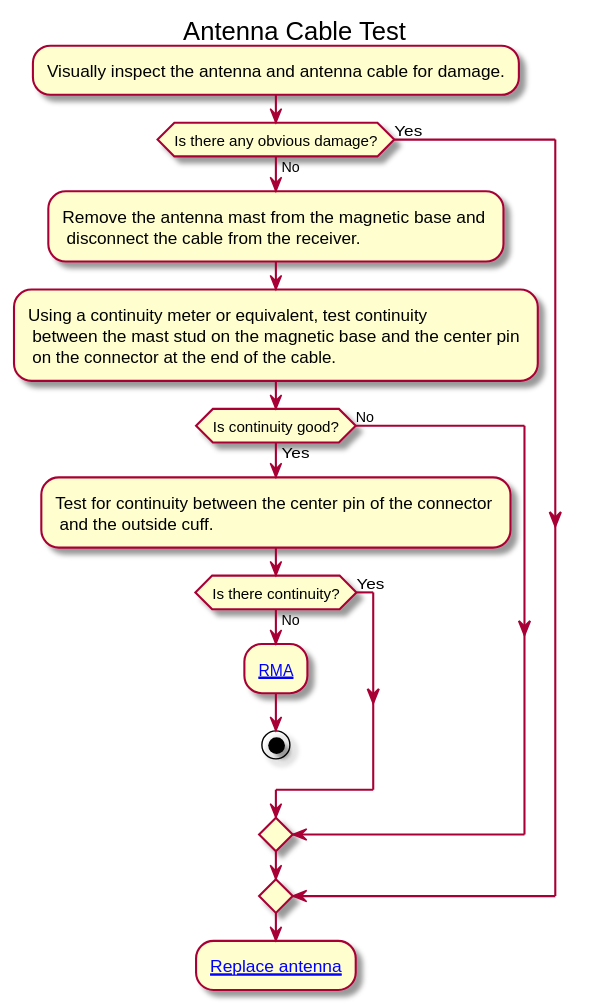
rfhero/rfhero.github.io keeps this PlantUML diagram as docs/antennacable.svg. Above is the earlier version. Source of this version:
```plantuml
@startuml
title Antenna Cable Test
:Visually inspect the antenna and antenna cable for damage.;
if (Is there any obvious damage?) then (Yes)
else (No)
    :Remove the antenna mast from the magnetic base and \n disconnect the cable from the receiver.;
    :Using a continuity meter or equivalent, test continuity \n between the mast stud on the magnetic base and the center pin \n on the connector at the end of the cable.;
    if (Is continuity good?) then (Yes)
        :Test for continuity between the center pin of the connector \n and the outside cuff.;
        if (Is there continuity?) then (Yes)
        else (No)
            :[[http://rfhero.com/request-rma.php RMA]];
            stop
        endif
    else (No)
    endif
endif
:[[https://www.rfhero.net/accessories Replace antenna]];
@enduml
```
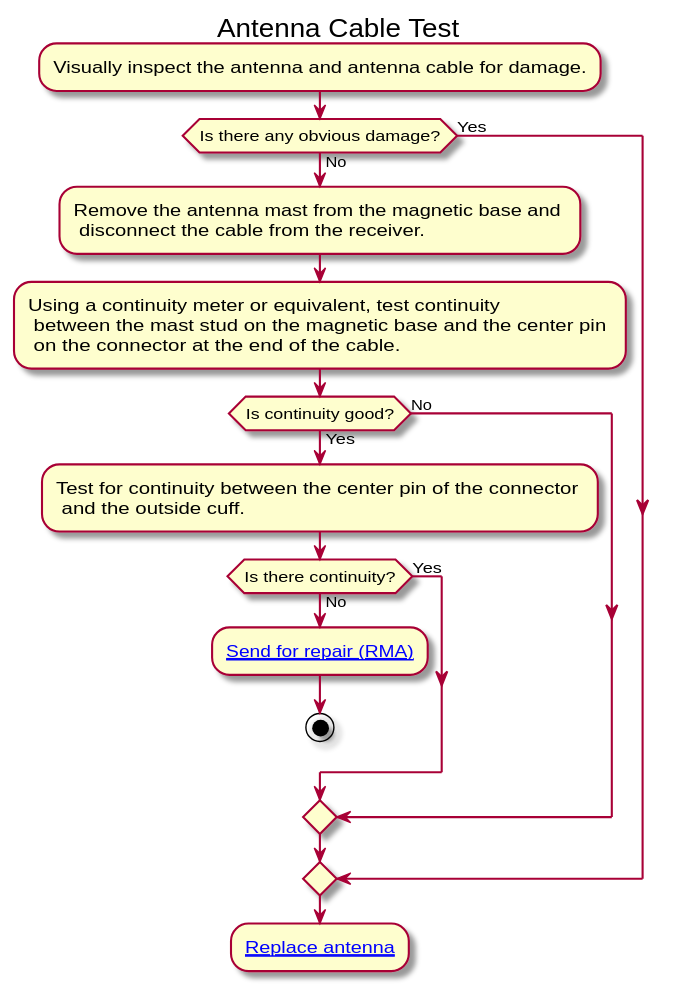
After the change.

What changed in the source:
```diff
@@ -9,7 +9,7 @@
         :Test for continuity between the center pin of the connector \n and the outside cuff.;
         if (Is there continuity?) then (Yes)
         else (No)
-            :[[http://rfhero.com/request-rma.php RMA]];
+            :[[http://rfhero.com/request-rma.php Send for repair (RMA)]];
             stop
         endif
     else (No)
```
